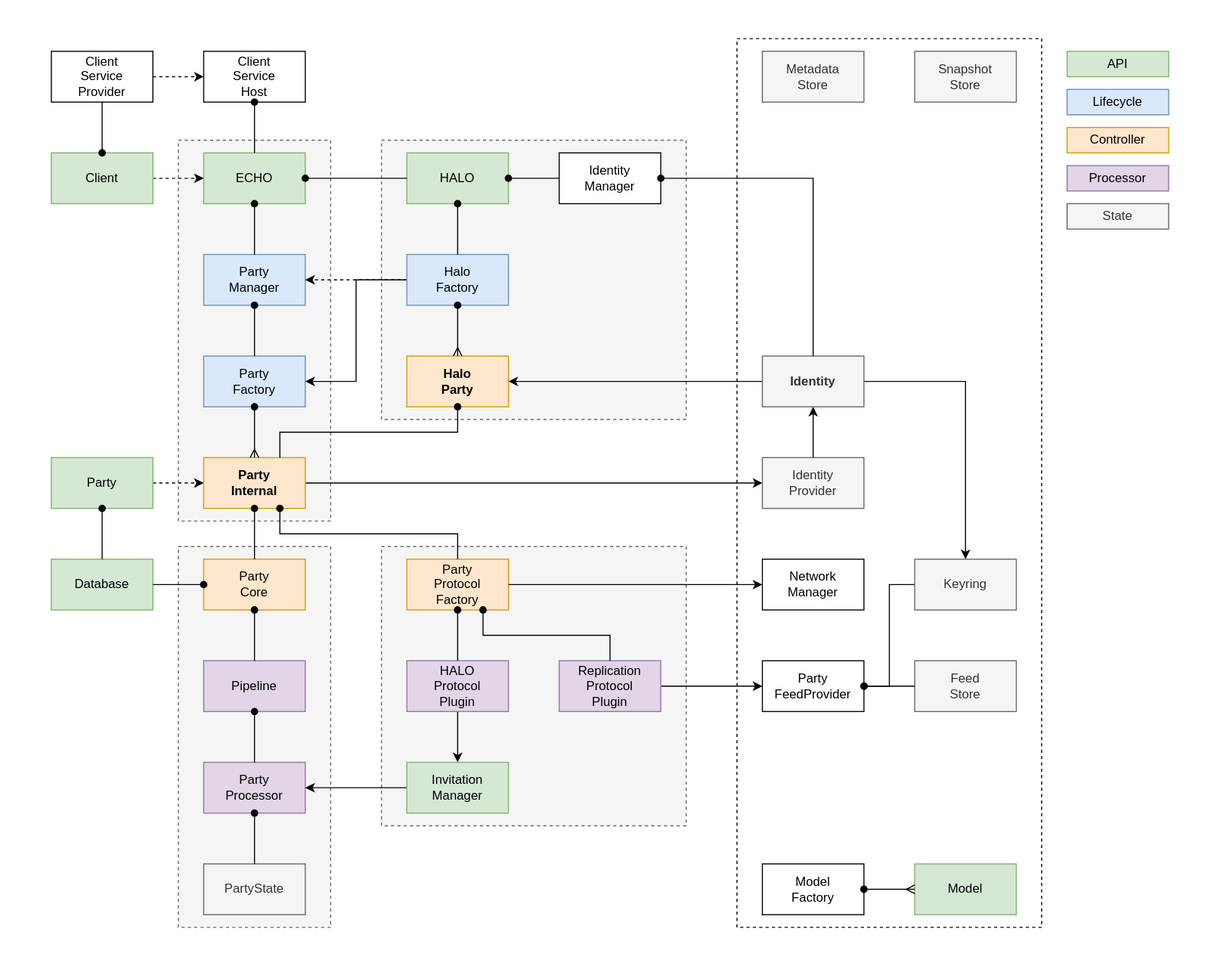
Above: docs/design/diagrams/echo-db.drawio.svg in dxos/dxos (draw.io), before the change. Source tidied: cells renumbered, new cells last; positions are measured from the earlier drawing's top-left corner, leaving out a move shared by most shapes.
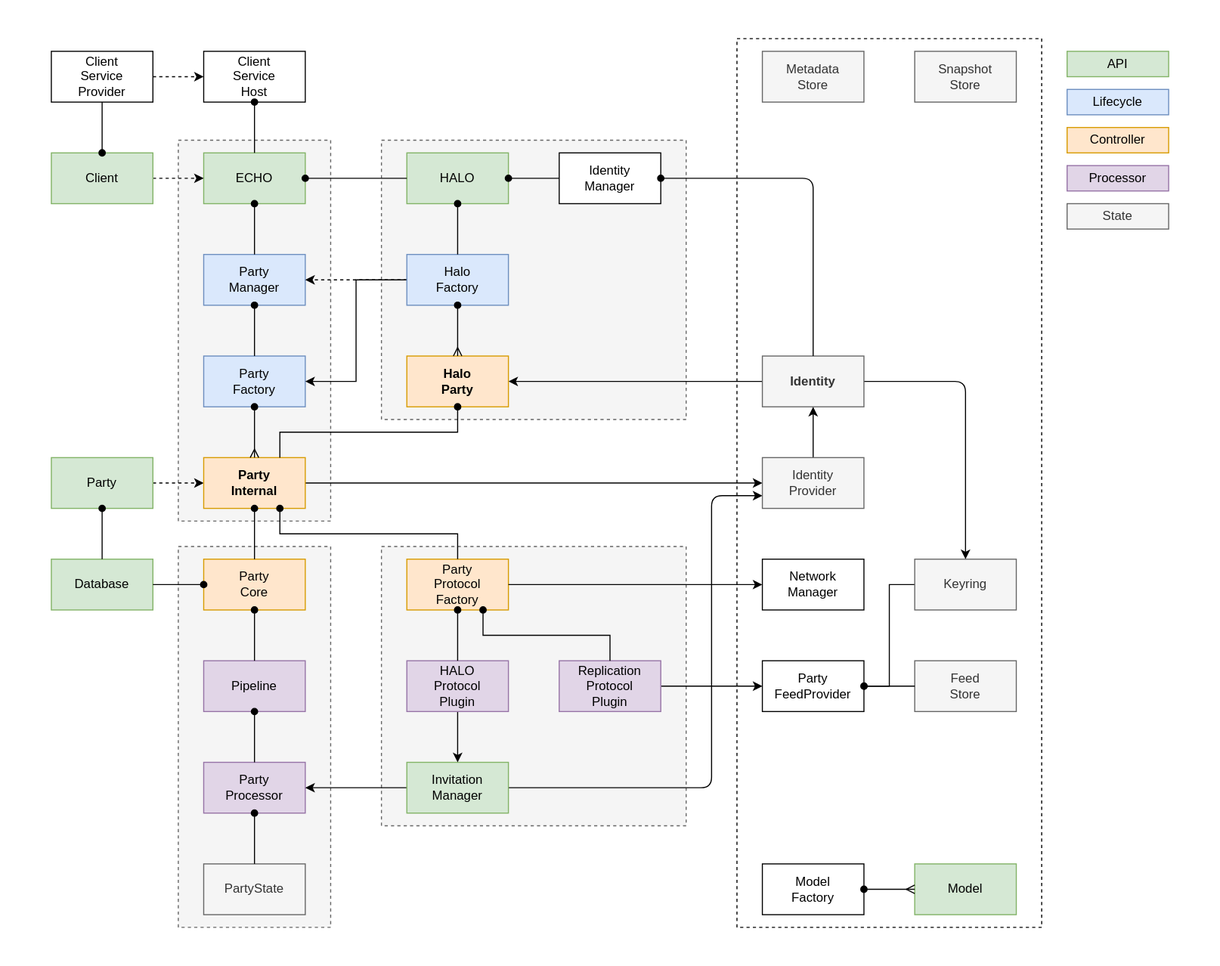
After the change.

Change to the diagram source:
```diff
@@ -59,6 +59,14 @@
     <mxCell id="20" style="edgeStyle=orthogonalEdgeStyle;rounded=0;jettySize=auto;html=1;entryX=1;entryY=0.5;entryDx=0;entryDy=0;startArrow=none;startFill=0;endArrow=classic;endFill=1;" parent="1" edge="1" source="21" target="10">
       <mxGeometry relative="1" as="geometry" />
     </mxCell>
+    <mxCell id="82" style="edgeStyle=none;html=1;exitX=1;exitY=0.5;exitDx=0;exitDy=0;entryX=0;entryY=0.75;entryDx=0;entryDy=0;" parent="1" edge="1" source="21" target="74">
+      <mxGeometry relative="1" as="geometry">
+        <Array as="points">
+          <mxPoint x="672" y="744" />
+          <mxPoint x="672" y="468" />
+        </Array>
+      </mxGeometry>
+    </mxCell>
     <mxCell id="21" value="Invitation&lt;br&gt;Manager" style="rounded=0;whiteSpace=wrap;html=1;fillColor=#d5e8d4;strokeColor=#82b366;" parent="1" vertex="1">
       <mxGeometry x="384" y="720" width="96" height="48" as="geometry" />
     </mxCell>
@@ -195,7 +203,7 @@
     <mxCell id="62" style="edgeStyle=none;html=1;exitX=0;exitY=0.5;exitDx=0;exitDy=0;entryX=1;entryY=0.5;entryDx=0;entryDy=0;startArrow=none;startFill=0;endArrow=classic;endFill=1;" parent="1" edge="1" source="64" target="66">
       <mxGeometry relative="1" as="geometry" />
     </mxCell>
-    <mxCell id="63" style="edgeStyle=none;html=1;exitX=1;exitY=0.5;exitDx=0;exitDy=0;entryX=0.5;entryY=0;entryDx=0;entryDy=0;startArrow=none;startFill=0;endArrow=classic;endFill=1;rounded=0;" parent="1" edge="1" source="64" target="26">
+    <mxCell id="63" style="edgeStyle=none;html=1;exitX=1;exitY=0.5;exitDx=0;exitDy=0;entryX=0.5;entryY=0;entryDx=0;entryDy=0;startArrow=none;startFill=0;endArrow=classic;endFill=1;rounded=1;" parent="1" edge="1" source="64" target="26">
       <mxGeometry relative="1" as="geometry">
         <Array as="points">
           <mxPoint x="912" y="360" />
@@ -205,7 +213,7 @@
     <mxCell id="64" value="Identity" style="rounded=0;whiteSpace=wrap;html=1;fillColor=#f5f5f5;fontColor=#333333;strokeColor=#666666;fontStyle=1;" parent="1" vertex="1">
       <mxGeometry x="720" y="336" width="96" height="48" as="geometry" />
     </mxCell>
-    <mxCell id="65" style="edgeStyle=none;html=1;exitX=1;exitY=0.5;exitDx=0;exitDy=0;startArrow=oval;startFill=1;endArrow=none;endFill=0;rounded=0;" parent="1" edge="1" source="61" target="64">
+    <mxCell id="65" style="edgeStyle=none;html=1;exitX=1;exitY=0.5;exitDx=0;exitDy=0;startArrow=oval;startFill=1;endArrow=none;endFill=0;rounded=1;" parent="1" edge="1" source="61" target="64">
       <mxGeometry relative="1" as="geometry">
         <Array as="points">
           <mxPoint x="768" y="168" />
```
